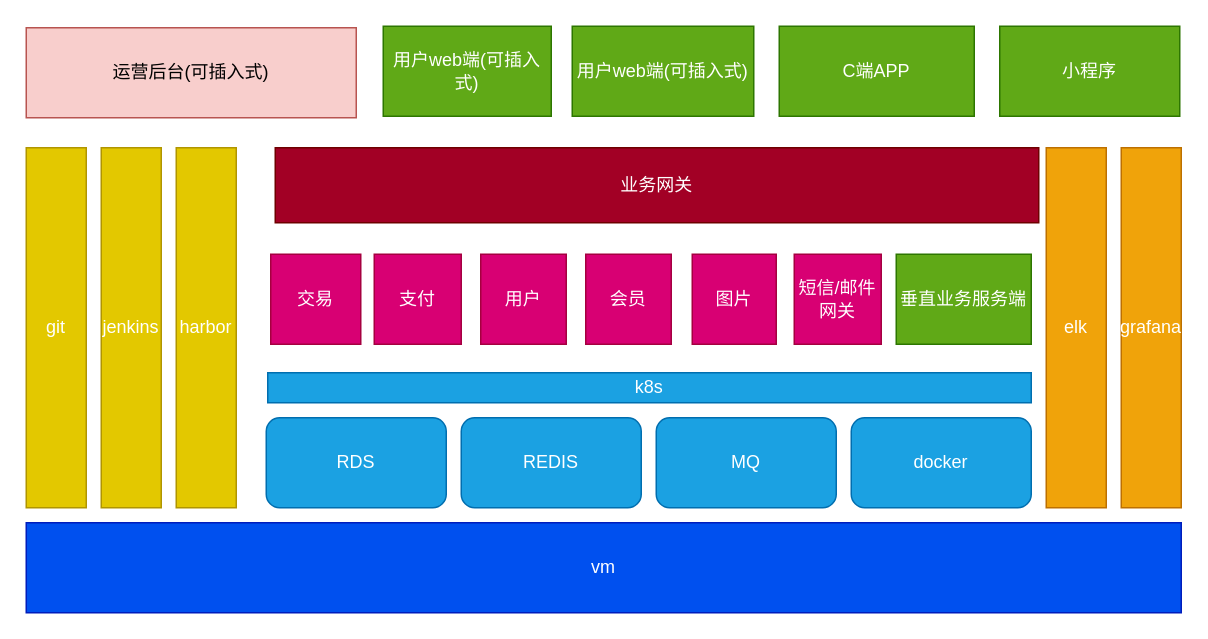
This is Untitled Diagram.drawio from sunhj000/draw, a draw.io file, before an edit. Source tidied: cells renumbered, new cells numbered last; positions are measured from the earlier drawing's top-left corner, leaving out a move shared by most shapes. Both pictures are drawn from the tidied source at 150%, with x=0, y=0 at pixel (26, 26).
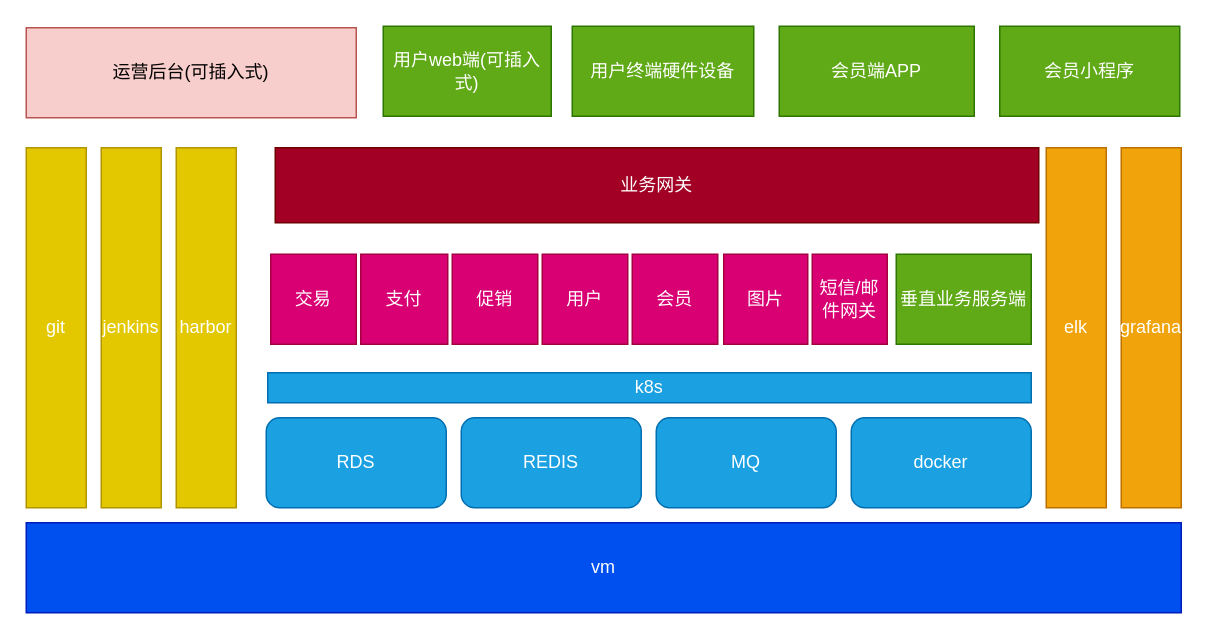
The same diagram, later.

The edit, as a diff of the source:
```diff
@@
     <mxCell id="10" value="交易" style="rounded=0;whiteSpace=wrap;html=1;fillColor=#d80073;strokeColor=#A50040;fontColor=#ffffff;" parent="1" vertex="1">
-      <mxGeometry x="163" y="152" width="60" height="60" as="geometry" />
+      <mxGeometry x="163" y="152" width="57" height="60" as="geometry" />
     </mxCell>
     <mxCell id="11" value="支付" style="rounded=0;whiteSpace=wrap;html=1;fillColor=#d80073;strokeColor=#A50040;fontColor=#ffffff;" parent="1" vertex="1">
-      <mxGeometry x="232" y="152" width="58" height="60" as="geometry" />
+      <mxGeometry x="223" y="152" width="58" height="60" as="geometry" />
     </mxCell>
     <mxCell id="12" value="用户" style="rounded=0;whiteSpace=wrap;html=1;fillColor=#d80073;strokeColor=#A50040;fontColor=#ffffff;" parent="1" vertex="1">
-      <mxGeometry x="303" y="152" width="57" height="60" as="geometry" />
+      <mxGeometry x="344" y="152" width="57" height="60" as="geometry" />
     </mxCell>
     <mxCell id="13" value="会员" style="rounded=0;whiteSpace=wrap;html=1;fillColor=#d80073;strokeColor=#A50040;fontColor=#ffffff;" parent="1" vertex="1">
-      <mxGeometry x="373" y="152" width="57" height="60" as="geometry" />
+      <mxGeometry x="404" y="152" width="57" height="60" as="geometry" />
     </mxCell>
     <mxCell id="14" value="图片" style="rounded=0;whiteSpace=wrap;html=1;fillColor=#d80073;strokeColor=#A50040;fontColor=#ffffff;" parent="1" vertex="1">
-      <mxGeometry x="444" y="152" width="56" height="60" as="geometry" />
+      <mxGeometry x="465" y="152" width="56" height="60" as="geometry" />
     </mxCell>
     <mxCell id="15" value="短信/邮件网关" style="rounded=0;whiteSpace=wrap;html=1;fillColor=#d80073;strokeColor=#A50040;fontColor=#ffffff;" parent="1" vertex="1">
-      <mxGeometry x="512" y="152" width="58" height="60" as="geometry" />
+      <mxGeometry x="524" y="152" width="50" height="60" as="geometry" />
     </mxCell>
@@
-    <mxCell id="22" value="C端APP" style="rounded=0;whiteSpace=wrap;html=1;fillColor=#60a917;strokeColor=#2D7600;fontColor=#ffffff;" parent="1" vertex="1">
+    <mxCell id="22" value="会员端APP" style="rounded=0;whiteSpace=wrap;html=1;fillColor=#60a917;strokeColor=#2D7600;fontColor=#ffffff;" parent="1" vertex="1">
       <mxGeometry x="502" width="130" height="60" as="geometry" />
     </mxCell>
-    <mxCell id="23" value="小程序" style="rounded=0;whiteSpace=wrap;html=1;fillColor=#60a917;strokeColor=#2D7600;fontColor=#ffffff;" parent="1" vertex="1">
+    <mxCell id="23" value="会员小程序" style="rounded=0;whiteSpace=wrap;html=1;fillColor=#60a917;strokeColor=#2D7600;fontColor=#ffffff;" parent="1" vertex="1">
       <mxGeometry x="649" width="120" height="60" as="geometry" />
     </mxCell>
@@
-    <mxCell id="25" value="用户web端(可插入式)" style="rounded=0;whiteSpace=wrap;html=1;fillColor=#60a917;strokeColor=#2D7600;fontColor=#ffffff;" parent="1" vertex="1">
+    <mxCell id="25" value="用户终端硬件设备" style="rounded=0;whiteSpace=wrap;html=1;fillColor=#60a917;strokeColor=#2D7600;fontColor=#ffffff;" parent="1" vertex="1">
       <mxGeometry x="364" width="121" height="60" as="geometry" />
     </mxCell>
+    <mxCell id="26" value="促销" style="rounded=0;whiteSpace=wrap;html=1;fillColor=#d80073;strokeColor=#A50040;fontColor=#ffffff;" parent="1" vertex="1">
+      <mxGeometry x="284" y="152" width="57" height="60" as="geometry" />
+    </mxCell>
```
